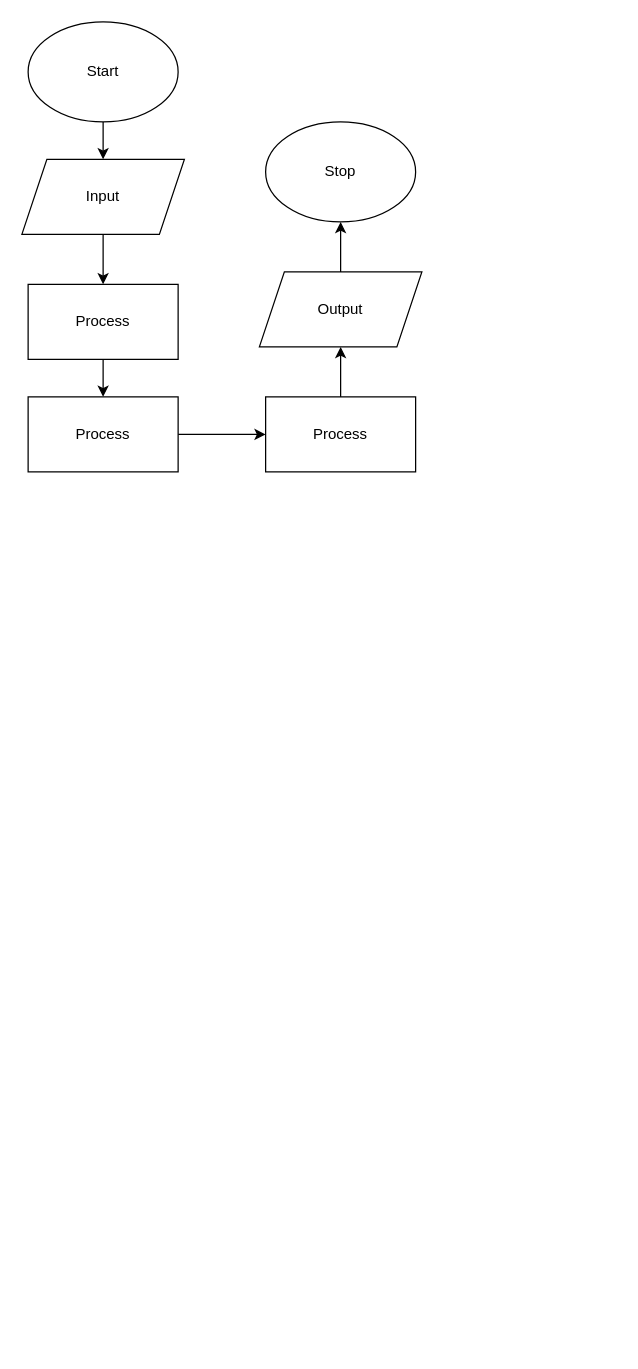
The draw.io diagram flowchart.drawio in Aleksandr-Ten/ICS3U-Unit3-08-Python, before the edit. Source tidied: cells renumbered, new cells numbered last; positions are measured from the earlier drawing's top-left corner, leaving out a move shared by most shapes. Both pictures are drawn from the tidied source at 125%, with x=0, y=0 at pixel (21, 21).
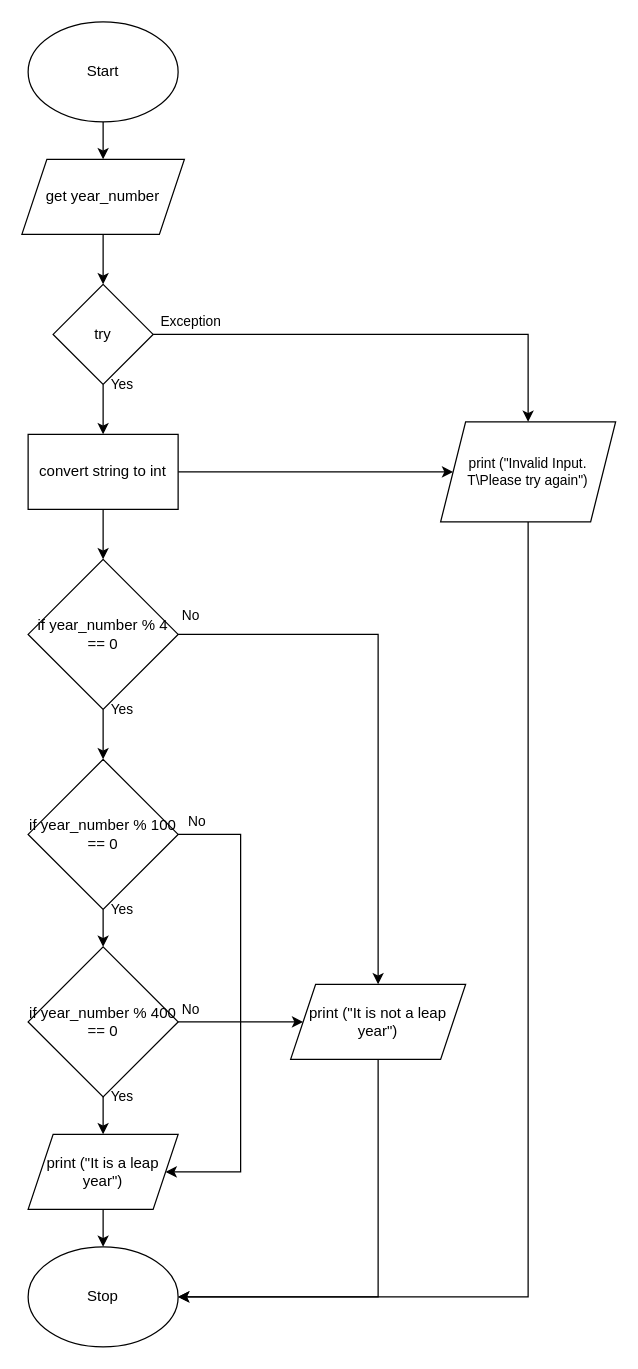
The same page after the edit.

Diff of the diagram source:
```diff
@@
-    <mxCell id="4" style="edgeStyle=none;html=1;exitX=0.5;exitY=1;exitDx=0;exitDy=0;entryX=0.5;entryY=0;entryDx=0;entryDy=0;" parent="1" edge="1" source="5" target="7">
-      <mxGeometry relative="1" as="geometry" />
+    <mxCell id="4" style="edgeStyle=none;html=1;exitX=0.5;exitY=1;exitDx=0;exitDy=0;entryX=0.5;entryY=0;entryDx=0;entryDy=0;" parent="1" edge="1" source="5">
+      <mxGeometry relative="1" as="geometry">
+        <mxPoint x="65" y="210" as="targetPoint" />
+      </mxGeometry>
     </mxCell>
-    <mxCell id="5" value="Input" style="shape=parallelogram;perimeter=parallelogramPerimeter;whiteSpace=wrap;html=1;fixedSize=1;" parent="1" vertex="1">
+    <mxCell id="5" value="get year_number" style="shape=parallelogram;perimeter=parallelogramPerimeter;whiteSpace=wrap;html=1;fixedSize=1;" parent="1" vertex="1">
       <mxGeometry y="110" width="130" height="60" as="geometry" />
     </mxCell>
-    <mxCell id="6" style="edgeStyle=none;html=1;exitX=0.5;exitY=1;exitDx=0;exitDy=0;" parent="1" edge="1" source="7" target="9">
-      <mxGeometry relative="1" as="geometry" />
-    </mxCell>
-    <mxCell id="7" value="Process" style="rounded=0;whiteSpace=wrap;html=1;" parent="1" vertex="1">
-      <mxGeometry x="5" y="210" width="120" height="60" as="geometry" />
-    </mxCell>
-    <mxCell id="8" style="edgeStyle=none;html=1;exitX=1;exitY=0.5;exitDx=0;exitDy=0;entryX=0;entryY=0.5;entryDx=0;entryDy=0;" parent="1" edge="1" source="9" target="11">
-      <mxGeometry relative="1" as="geometry" />
-    </mxCell>
-    <mxCell id="9" value="Process" style="rounded=0;whiteSpace=wrap;html=1;" parent="1" vertex="1">
-      <mxGeometry x="5" y="300" width="120" height="60" as="geometry" />
-    </mxCell>
-    <mxCell id="10" style="edgeStyle=none;html=1;exitX=0.5;exitY=0;exitDx=0;exitDy=0;" parent="1" edge="1" source="11" target="13">
-      <mxGeometry relative="1" as="geometry" />
-    </mxCell>
-    <mxCell id="11" value="Process" style="rounded=0;whiteSpace=wrap;html=1;" parent="1" vertex="1">
-      <mxGeometry x="195" y="300" width="120" height="60" as="geometry" />
-    </mxCell>
+    <mxCell id="15" style="edgeStyle=none;html=1;entryX=0.5;entryY=0;entryDx=0;entryDy=0;" parent="1" edge="1" source="12" target="19">
+      <mxGeometry relative="1" as="geometry" />
+    </mxCell>
+    <mxCell id="16" style="edgeStyle=orthogonalEdgeStyle;shape=connector;rounded=0;html=1;exitX=1;exitY=0.5;exitDx=0;exitDy=0;labelBackgroundColor=default;fontFamily=Helvetica;fontSize=11;fontColor=default;endArrow=classic;strokeColor=default;" parent="1" edge="1" source="12" target="34">
+      <mxGeometry relative="1" as="geometry" />
+    </mxCell>
-    <mxCell id="12" style="edgeStyle=none;html=1;" parent="1" edge="1" source="13" target="14">
-      <mxGeometry relative="1" as="geometry" />
+    <mxCell id="12" value="try" style="rhombus;whiteSpace=wrap;html=1;" parent="1" vertex="1">
+      <mxGeometry x="25" y="210" width="80" height="80" as="geometry" />
     </mxCell>
-    <mxCell id="13" value="Output" style="shape=parallelogram;perimeter=parallelogramPerimeter;whiteSpace=wrap;html=1;fixedSize=1;" parent="1" vertex="1">
-      <mxGeometry x="190" y="200" width="130" height="60" as="geometry" />
-    </mxCell>
+    <mxCell id="17" style="edgeStyle=none;html=1;exitX=0.5;exitY=1;exitDx=0;exitDy=0;" parent="1" edge="1" source="19" target="22">
+      <mxGeometry relative="1" as="geometry" />
+    </mxCell>
+    <mxCell id="18" style="edgeStyle=orthogonalEdgeStyle;shape=connector;rounded=0;html=1;exitX=1;exitY=0.5;exitDx=0;exitDy=0;entryX=0;entryY=0.5;entryDx=0;entryDy=0;labelBackgroundColor=default;fontFamily=Helvetica;fontSize=11;fontColor=default;endArrow=classic;strokeColor=default;" parent="1" edge="1" source="19" target="34">
+      <mxGeometry relative="1" as="geometry" />
+    </mxCell>
+    <mxCell id="19" value="convert string to int" style="rounded=0;whiteSpace=wrap;html=1;" parent="1" vertex="1">
+      <mxGeometry x="5" y="330" width="120" height="60" as="geometry" />
+    </mxCell>
+    <mxCell id="20" style="edgeStyle=none;html=1;" parent="1" edge="1" source="22" target="25">
+      <mxGeometry relative="1" as="geometry" />
+    </mxCell>
+    <mxCell id="21" style="edgeStyle=orthogonalEdgeStyle;shape=connector;rounded=0;html=1;exitX=1;exitY=0.5;exitDx=0;exitDy=0;labelBackgroundColor=default;fontFamily=Helvetica;fontSize=11;fontColor=default;endArrow=classic;strokeColor=default;" parent="1" edge="1" source="22" target="32">
+      <mxGeometry relative="1" as="geometry" />
+    </mxCell>
+    <mxCell id="22" value="if year_number % 4 == 0" style="rhombus;whiteSpace=wrap;html=1;" parent="1" vertex="1">
+      <mxGeometry x="5" y="430" width="120" height="120" as="geometry" />
+    </mxCell>
+    <mxCell id="23" style="edgeStyle=none;html=1;exitX=0.5;exitY=1;exitDx=0;exitDy=0;entryX=0.5;entryY=0;entryDx=0;entryDy=0;" parent="1" edge="1" source="25" target="28">
+      <mxGeometry relative="1" as="geometry" />
+    </mxCell>
+    <mxCell id="24" style="edgeStyle=orthogonalEdgeStyle;shape=connector;rounded=0;html=1;exitX=1;exitY=0.5;exitDx=0;exitDy=0;entryX=1;entryY=0.5;entryDx=0;entryDy=0;labelBackgroundColor=default;fontFamily=Helvetica;fontSize=11;fontColor=default;endArrow=classic;strokeColor=default;" parent="1" edge="1" source="25" target="30">
+      <mxGeometry relative="1" as="geometry">
+        <Array as="points">
+          <mxPoint x="175" y="650" />
+          <mxPoint x="175" y="920" />
+        </Array>
+      </mxGeometry>
+    </mxCell>
+    <mxCell id="25" value="if year_number % 100 == 0" style="rhombus;whiteSpace=wrap;html=1;" parent="1" vertex="1">
+      <mxGeometry x="5" y="590" width="120" height="120" as="geometry" />
+    </mxCell>
+    <mxCell id="26" style="edgeStyle=none;html=1;" parent="1" edge="1" source="28" target="30">
+      <mxGeometry relative="1" as="geometry" />
+    </mxCell>
+    <mxCell id="27" style="edgeStyle=orthogonalEdgeStyle;shape=connector;rounded=0;html=1;exitX=1;exitY=0.5;exitDx=0;exitDy=0;labelBackgroundColor=default;fontFamily=Helvetica;fontSize=11;fontColor=default;endArrow=classic;strokeColor=default;" parent="1" edge="1" source="28" target="32">
+      <mxGeometry relative="1" as="geometry" />
+    </mxCell>
+    <mxCell id="28" value="if year_number % 400 == 0" style="rhombus;whiteSpace=wrap;html=1;" parent="1" vertex="1">
+      <mxGeometry x="5" y="740" width="120" height="120" as="geometry" />
+    </mxCell>
+    <mxCell id="29" style="edgeStyle=none;html=1;exitX=0.5;exitY=1;exitDx=0;exitDy=0;entryX=0.5;entryY=0;entryDx=0;entryDy=0;" parent="1" edge="1" source="30" target="14">
+      <mxGeometry relative="1" as="geometry" />
+    </mxCell>
+    <mxCell id="30" value="print (&quot;It is a leap year&quot;)" style="shape=parallelogram;perimeter=parallelogramPerimeter;whiteSpace=wrap;html=1;fixedSize=1;" parent="1" vertex="1">
+      <mxGeometry x="5" y="890" width="120" height="60" as="geometry" />
+    </mxCell>
     <mxCell id="14" value="Stop" style="ellipse;whiteSpace=wrap;html=1;" parent="1" vertex="1">
-      <mxGeometry x="195" y="80" width="120" height="80" as="geometry" />
+      <mxGeometry x="5" y="980" width="120" height="80" as="geometry" />
     </mxCell>
+    <mxCell id="31" style="edgeStyle=orthogonalEdgeStyle;shape=connector;rounded=0;html=1;exitX=0.5;exitY=1;exitDx=0;exitDy=0;entryX=1;entryY=0.5;entryDx=0;entryDy=0;labelBackgroundColor=default;fontFamily=Helvetica;fontSize=11;fontColor=default;endArrow=classic;strokeColor=default;" parent="1" edge="1" source="32" target="14">
+      <mxGeometry relative="1" as="geometry" />
+    </mxCell>
+    <mxCell id="32" value="print (&quot;It is not a leap year&quot;)" style="shape=parallelogram;perimeter=parallelogramPerimeter;whiteSpace=wrap;html=1;fixedSize=1;" parent="1" vertex="1">
+      <mxGeometry x="215" y="770" width="140" height="60" as="geometry" />
+    </mxCell>
+    <mxCell id="33" style="edgeStyle=orthogonalEdgeStyle;shape=connector;rounded=0;html=1;entryX=1;entryY=0.5;entryDx=0;entryDy=0;labelBackgroundColor=default;fontFamily=Helvetica;fontSize=11;fontColor=default;endArrow=classic;strokeColor=default;" parent="1" edge="1" source="34" target="14">
+      <mxGeometry relative="1" as="geometry">
+        <Array as="points">
+          <mxPoint x="405" y="1020" />
+        </Array>
+      </mxGeometry>
+    </mxCell>
+    <mxCell id="34" value="print (&quot;Invalid Input. T\Please try again&quot;)" style="shape=parallelogram;perimeter=parallelogramPerimeter;whiteSpace=wrap;html=1;fixedSize=1;fontFamily=Helvetica;fontSize=11;fontColor=default;" parent="1" vertex="1">
+      <mxGeometry x="335" y="320" width="140" height="80" as="geometry" />
+    </mxCell>
+    <mxCell id="35" value="Exception" style="text;html=1;align=center;verticalAlign=middle;fillColor=none;strokeColor=none;rounded=0;fontFamily=Helvetica;fontSize=11;fontColor=default;" parent="1" vertex="1">
+      <mxGeometry x="105" y="230" width="60" height="20" as="geometry" />
+    </mxCell>
+    <mxCell id="36" value="Yes" style="text;html=1;align=center;verticalAlign=middle;fillColor=none;strokeColor=none;rounded=0;fontFamily=Helvetica;fontSize=11;fontColor=default;" parent="1" vertex="1">
+      <mxGeometry x="65" y="280" width="30" height="20" as="geometry" />
+    </mxCell>
+    <mxCell id="37" value="Yes" style="text;html=1;align=center;verticalAlign=middle;fillColor=none;strokeColor=none;rounded=0;fontFamily=Helvetica;fontSize=11;fontColor=default;" parent="1" vertex="1">
+      <mxGeometry x="65" y="540" width="30" height="20" as="geometry" />
+    </mxCell>
+    <mxCell id="38" value="Yes" style="text;html=1;align=center;verticalAlign=middle;fillColor=none;strokeColor=none;rounded=0;fontFamily=Helvetica;fontSize=11;fontColor=default;" parent="1" vertex="1">
+      <mxGeometry x="65" y="700" width="30" height="20" as="geometry" />
+    </mxCell>
+    <mxCell id="39" value="Yes" style="text;html=1;align=center;verticalAlign=middle;fillColor=none;strokeColor=none;rounded=0;fontFamily=Helvetica;fontSize=11;fontColor=default;" parent="1" vertex="1">
+      <mxGeometry x="65" y="850" width="30" height="20" as="geometry" />
+    </mxCell>
+    <mxCell id="40" value="No" style="text;html=1;align=center;verticalAlign=middle;fillColor=none;strokeColor=none;rounded=0;fontFamily=Helvetica;fontSize=11;fontColor=default;" parent="1" vertex="1">
+      <mxGeometry x="120" y="465" width="30" height="20" as="geometry" />
+    </mxCell>
+    <mxCell id="41" value="No" style="text;html=1;align=center;verticalAlign=middle;fillColor=none;strokeColor=none;rounded=0;fontFamily=Helvetica;fontSize=11;fontColor=default;" parent="1" vertex="1">
+      <mxGeometry x="125" y="630" width="30" height="20" as="geometry" />
+    </mxCell>
+    <mxCell id="42" value="No" style="text;html=1;align=center;verticalAlign=middle;fillColor=none;strokeColor=none;rounded=0;fontFamily=Helvetica;fontSize=11;fontColor=default;" parent="1" vertex="1">
+      <mxGeometry x="120" y="780" width="30" height="20" as="geometry" />
+    </mxCell>
```
